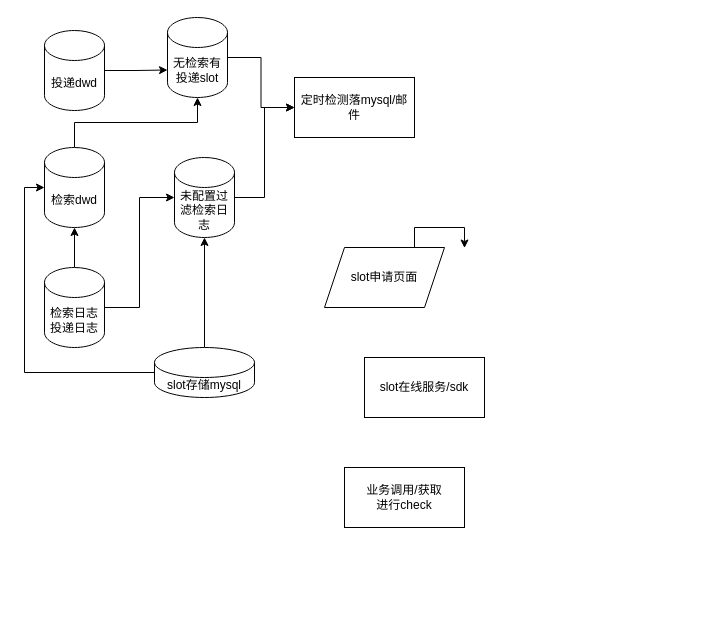
lammda/photos keeps this draw.io diagram as tjfrom系统设计.drawio. Above is the earlier version. Source tidied: cells renumbered, new cells numbered last; positions are measured from the earlier drawing's top-left corner, leaving out a move shared by most shapes. Both pictures are drawn from the tidied source at 100%, with x=0, y=0 at pixel (44, 17).
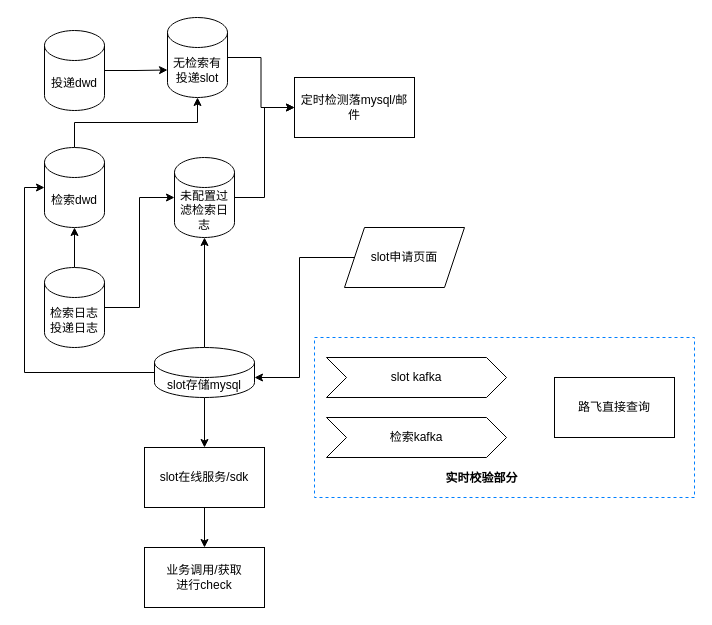
The same diagram, later.

The change refers to these unchanged cells:
```xml
<mxCell id="3" value="slot存储mysql" style="shape=cylinder3;whiteSpace=wrap;html=1;boundedLbl=1;backgroundOutline=1;size=15;" parent="1" vertex="1">
  <mxGeometry x="110" y="330" width="100" height="50" as="geometry" />
</mxCell>
```

What changed in the source:
```diff
@@
+    <mxCell id="21" style="rounded=0;whiteSpace=wrap;html=1;dashed=1;strokeColor=#007FFF;" parent="1" vertex="1">
+      <mxGeometry x="270" y="320" width="380" height="160" as="geometry" />
+    </mxCell>
@@
+    <mxCell id="22" style="edgeStyle=orthogonalEdgeStyle;rounded=0;jettySize=auto;html=1;" parent="1" edge="1" source="3" target="4">
+      <mxGeometry relative="1" as="geometry" />
+    </mxCell>
@@
+    <mxCell id="23" style="edgeStyle=orthogonalEdgeStyle;rounded=0;jettySize=auto;html=1;" parent="1" edge="1" source="4" target="7">
+      <mxGeometry relative="1" as="geometry" />
+    </mxCell>
     <mxCell id="4" value="slot在线服务/sdk" style="rounded=0;whiteSpace=wrap;html=1;" parent="1" vertex="1">
-      <mxGeometry x="320" y="340" width="120" height="60" as="geometry" />
+      <mxGeometry x="100" y="430" width="120" height="60" as="geometry" />
     </mxCell>
-    <mxCell id="5" style="edgeStyle=orthogonalEdgeStyle;rounded=0;jettySize=auto;html=1;exitX=0.75;exitY=0;exitDx=0;exitDy=0;" parent="1" edge="1" source="6">
-      <mxGeometry relative="1" as="geometry">
-        <mxPoint x="420" y="230" as="targetPoint" />
-      </mxGeometry>
-    </mxCell>
+    <mxCell id="24" style="edgeStyle=orthogonalEdgeStyle;rounded=0;jettySize=auto;html=1;entryX=1;entryY=0;entryDx=0;entryDy=30;entryPerimeter=0;" parent="1" edge="1" source="6" target="3">
+      <mxGeometry relative="1" as="geometry" />
+    </mxCell>
     <mxCell id="6" value="slot申请页面" style="shape=parallelogram;perimeter=parallelogramPerimeter;whiteSpace=wrap;html=1;fixedSize=1;" parent="1" vertex="1">
-      <mxGeometry x="280" y="230" width="120" height="60" as="geometry" />
+      <mxGeometry x="300" y="210" width="120" height="60" as="geometry" />
     </mxCell>
     <mxCell id="7" value="业务调用/获取&lt;br&gt;进行check" style="rounded=0;whiteSpace=wrap;html=1;" parent="1" vertex="1">
-      <mxGeometry x="300" y="450" width="120" height="60" as="geometry" />
+      <mxGeometry x="100" y="530" width="120" height="60" as="geometry" />
     </mxCell>
@@
+    <mxCell id="25" value="检索kafka" style="shape=step;perimeter=stepPerimeter;whiteSpace=wrap;html=1;fixedSize=1;" parent="1" vertex="1">
+      <mxGeometry x="282" y="400" width="180" height="40" as="geometry" />
+    </mxCell>
+    <mxCell id="26" value="slot kafka" style="shape=step;perimeter=stepPerimeter;whiteSpace=wrap;html=1;fixedSize=1;" parent="1" vertex="1">
+      <mxGeometry x="282" y="340" width="180" height="40" as="geometry" />
+    </mxCell>
+    <mxCell id="27" value="路飞直接查询" style="rounded=0;whiteSpace=wrap;html=1;" parent="1" vertex="1">
+      <mxGeometry x="510" y="360" width="120" height="60" as="geometry" />
+    </mxCell>
+    <mxCell id="28" value="&lt;b&gt;实时校验部分&lt;/b&gt;" style="text;html=1;align=center;verticalAlign=middle;fillColor=none;strokeColor=none;rounded=0;dashed=1;" parent="1" vertex="1">
+      <mxGeometry x="392" y="451" width="90" height="20" as="geometry" />
+    </mxCell>
```
